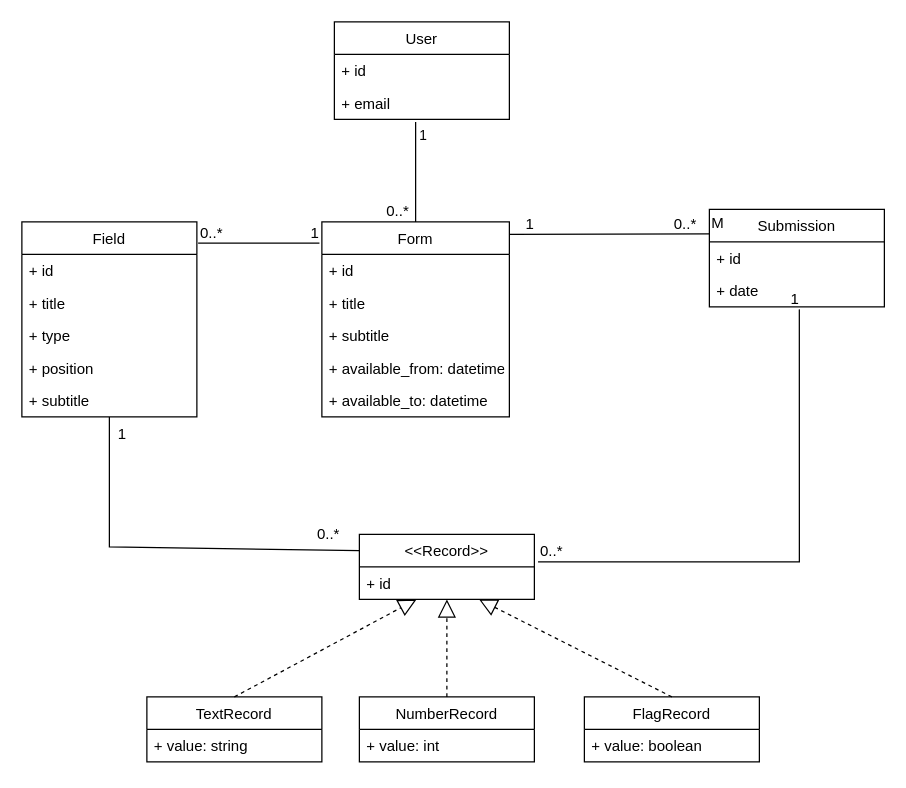
Before: iris.drawio in TeamUUUU/iris-course, a draw.io diagram. Source tidied: cells renumbered, new cells numbered last; positions are measured from the earlier drawing's top-left corner, leaving out a move shared by most shapes. Both pictures are drawn from the tidied source at 125%, with x=0, y=0 at pixel (21, 21).
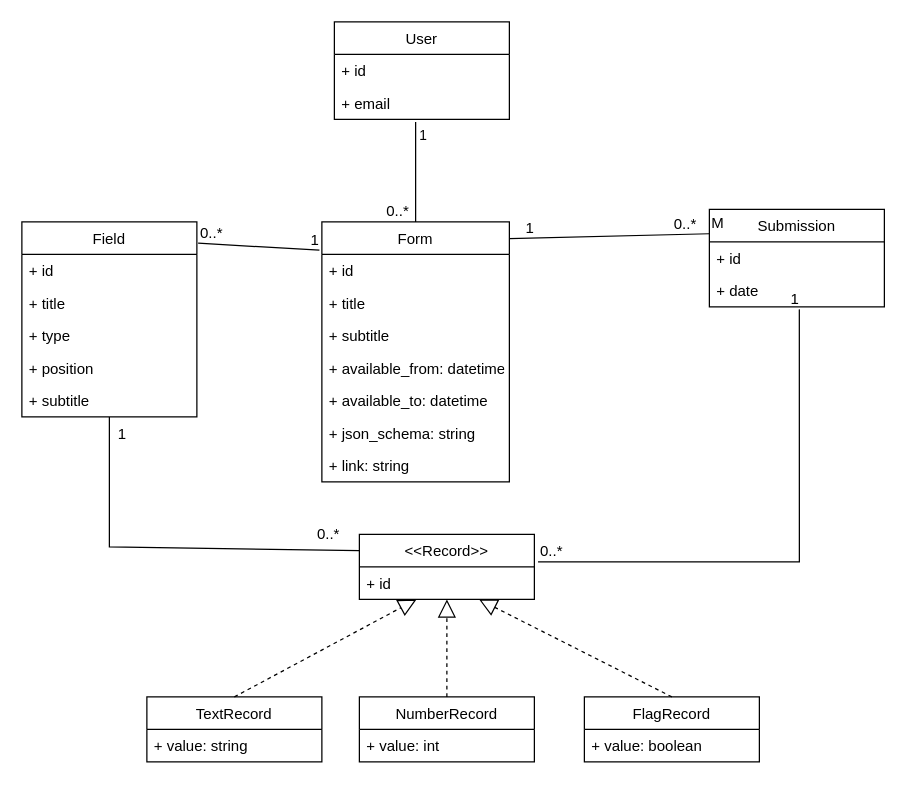
The same diagram, later.

Diff of the diagram source:
```diff
@@
     <mxCell id="2" value="Form" style="swimlane;fontStyle=0;horizontal=1;startSize=26;fillColor=none;" parent="1" vertex="1">
-      <mxGeometry x="240" y="160" width="150" height="156" as="geometry" />
+      <mxGeometry x="240" y="160" width="150" height="208" as="geometry" />
     </mxCell>
@@
+    <mxCell id="47" value="+ json_schema: string" style="text;strokeColor=none;fillColor=none;align=left;verticalAlign=top;spacingLeft=4;spacingRight=4;overflow=hidden;" parent="2" vertex="1">
+      <mxGeometry y="156" width="150" height="26" as="geometry" />
+    </mxCell>
+    <mxCell id="48" value="+ link: string" style="text;strokeColor=none;fillColor=none;align=left;verticalAlign=top;spacingLeft=4;spacingRight=4;overflow=hidden;" parent="2" vertex="1">
+      <mxGeometry y="182" width="150" height="26" as="geometry" />
+    </mxCell>
```
